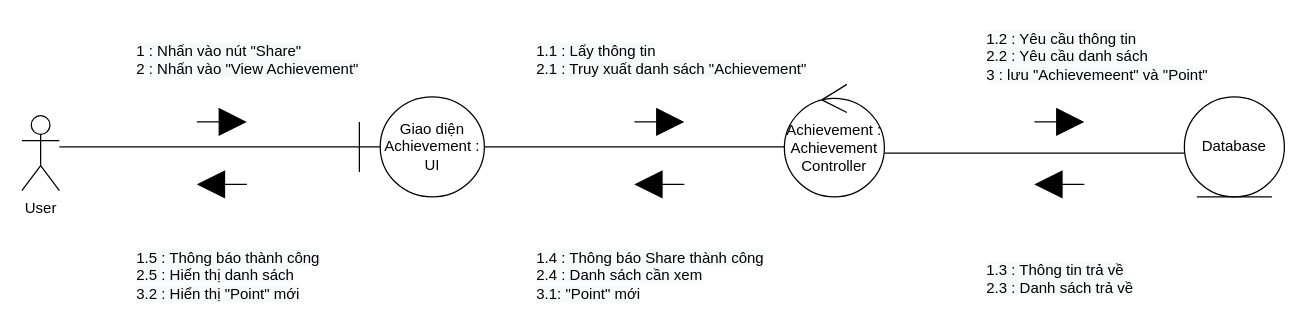
Above: ToDoApp-Doc/Document/Diagram/Collaboration Diagram/Achievement/Achievement_CollaborationDiagram.drawio in Merevoli-DatLuu/To-Do-App (draw.io), before the change. Source tidied: cells renumbered, new cells numbered last; positions are measured from the earlier drawing's top-left corner, leaving out a move shared by most shapes. Both pictures are drawn from the tidied source at 125%, with x=0, y=0 at pixel (21, 21).
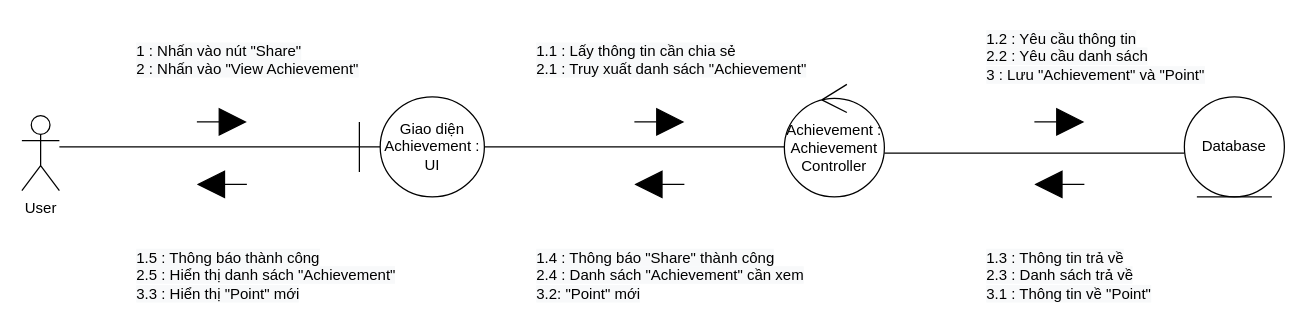
The same diagram, later.

Commit message:
[Modified] : Achievement_CollaborationDiagram

The edit, as a diff of the source:
```diff
@@
-    <mxCell id="17" value="&lt;span style=&quot;color: rgb(0 , 0 , 0) ; font-family: &amp;#34;helvetica&amp;#34; ; font-size: 12px ; font-style: normal ; font-weight: 400 ; letter-spacing: normal ; text-indent: 0px ; text-transform: none ; word-spacing: 0px ; background-color: rgb(248 , 249 , 250) ; display: inline ; float: none&quot;&gt;1.1 : Lấy thông tin&lt;br&gt;&lt;span style=&quot;font-family: &amp;#34;helvetica&amp;#34;&quot;&gt;2.1 : Truy xuất danh sách &quot;Achievement&quot;&lt;/span&gt;&lt;br&gt;&lt;/span&gt;" style="text;whiteSpace=wrap;html=1;" parent="1" vertex="1">
+    <mxCell id="17" value="&lt;span style=&quot;color: rgb(0 , 0 , 0) ; font-family: &amp;#34;helvetica&amp;#34; ; font-size: 12px ; font-style: normal ; font-weight: 400 ; letter-spacing: normal ; text-indent: 0px ; text-transform: none ; word-spacing: 0px ; background-color: rgb(248 , 249 , 250) ; display: inline ; float: none&quot;&gt;1.1 : Lấy thông tin cần chia sẻ&lt;br&gt;&lt;span style=&quot;font-family: &amp;#34;helvetica&amp;#34;&quot;&gt;2.1 : Truy xuất danh sách &quot;Achievement&quot;&lt;/span&gt;&lt;br&gt;&lt;/span&gt;" style="text;whiteSpace=wrap;html=1;" parent="1" vertex="1">
       <mxGeometry x="410" y="10" width="220" height="30" as="geometry" />
     </mxCell>
-    <mxCell id="18" value="&lt;span style=&quot;color: rgb(0 , 0 , 0) ; font-family: &amp;#34;helvetica&amp;#34; ; font-size: 12px ; font-style: normal ; font-weight: 400 ; letter-spacing: normal ; text-indent: 0px ; text-transform: none ; word-spacing: 0px ; background-color: rgb(248 , 249 , 250) ; display: inline ; float: none&quot;&gt;1.2 : Yêu cầu thông tin&lt;br&gt;&lt;span style=&quot;font-family: &amp;#34;helvetica&amp;#34;&quot;&gt;2.2 : Yêu cầu danh sách&lt;br&gt;&lt;/span&gt;&lt;span style=&quot;font-family: &amp;#34;helvetica&amp;#34;&quot;&gt;3 : lưu &quot;Achievemeent&quot; và &quot;Point&quot;&lt;/span&gt;&lt;br&gt;&lt;/span&gt;" style="text;whiteSpace=wrap;html=1;" parent="1" vertex="1">
-      <mxGeometry x="770" width="180" height="50" as="geometry" />
+    <mxCell id="18" value="&lt;span style=&quot;color: rgb(0 , 0 , 0) ; font-family: &amp;#34;helvetica&amp;#34; ; font-size: 12px ; font-style: normal ; font-weight: 400 ; letter-spacing: normal ; text-indent: 0px ; text-transform: none ; word-spacing: 0px ; background-color: rgb(248 , 249 , 250) ; display: inline ; float: none&quot;&gt;1.2 : Yêu cầu thông tin&lt;br&gt;&lt;span style=&quot;font-family: &amp;#34;helvetica&amp;#34;&quot;&gt;2.2 : Yêu cầu danh sách&lt;br&gt;&lt;/span&gt;&lt;span style=&quot;font-family: &amp;#34;helvetica&amp;#34;&quot;&gt;3 : Lưu &quot;Achievement&quot; và &quot;Point&quot;&lt;/span&gt;&lt;br&gt;&lt;/span&gt;" style="text;whiteSpace=wrap;html=1;" parent="1" vertex="1">
+      <mxGeometry x="770" width="190" height="50" as="geometry" />
     </mxCell>
-    <mxCell id="19" value="&lt;span style=&quot;color: rgb(0 , 0 , 0) ; font-family: &amp;#34;helvetica&amp;#34; ; font-size: 12px ; font-style: normal ; font-weight: 400 ; letter-spacing: normal ; text-indent: 0px ; text-transform: none ; word-spacing: 0px ; background-color: rgb(248 , 249 , 250) ; display: inline ; float: none&quot;&gt;1.3 : Thông tin trả về&lt;br&gt;&lt;span style=&quot;font-family: &amp;#34;helvetica&amp;#34;&quot;&gt;2.3 : Danh sách trả về&lt;/span&gt;&lt;br&gt;&lt;/span&gt;" style="text;whiteSpace=wrap;html=1;" parent="1" vertex="1">
-      <mxGeometry x="770" y="185" width="140" height="30" as="geometry" />
+    <mxCell id="19" value="&lt;span style=&quot;color: rgb(0 , 0 , 0) ; font-family: &amp;#34;helvetica&amp;#34; ; font-size: 12px ; font-style: normal ; font-weight: 400 ; letter-spacing: normal ; text-indent: 0px ; text-transform: none ; word-spacing: 0px ; background-color: rgb(248 , 249 , 250) ; display: inline ; float: none&quot;&gt;1.3 : Thông tin trả về&lt;br&gt;&lt;span style=&quot;font-family: &amp;#34;helvetica&amp;#34;&quot;&gt;2.3 : Danh sách trả về&lt;br&gt;&lt;/span&gt;3.1 : Thông tin về &quot;Point&quot;&lt;br&gt;&lt;/span&gt;" style="text;whiteSpace=wrap;html=1;" parent="1" vertex="1">
+      <mxGeometry x="770" y="175" width="140" height="45" as="geometry" />
     </mxCell>
-    <mxCell id="20" value="&lt;span style=&quot;color: rgb(0 , 0 , 0) ; font-family: &amp;#34;helvetica&amp;#34; ; font-size: 12px ; font-style: normal ; font-weight: 400 ; letter-spacing: normal ; text-indent: 0px ; text-transform: none ; word-spacing: 0px ; background-color: rgb(248 , 249 , 250) ; display: inline ; float: none&quot;&gt;1.4 : Thông báo Share thành công&lt;br&gt;&lt;span&gt;2.4 : Danh sách cần xem&lt;br&gt;&lt;/span&gt;&lt;span style=&quot;font-family: &amp;#34;helvetica&amp;#34;&quot;&gt;3.1: &quot;Point&quot; mới&lt;/span&gt;&lt;br&gt;&lt;/span&gt;" style="text;whiteSpace=wrap;html=1;" parent="1" vertex="1">
-      <mxGeometry x="410" y="175" width="190" height="50" as="geometry" />
+    <mxCell id="20" value="&lt;span style=&quot;color: rgb(0 , 0 , 0) ; font-family: &amp;#34;helvetica&amp;#34; ; font-size: 12px ; font-style: normal ; font-weight: 400 ; letter-spacing: normal ; text-indent: 0px ; text-transform: none ; word-spacing: 0px ; background-color: rgb(248 , 249 , 250) ; display: inline ; float: none&quot;&gt;1.4 : Thông báo &quot;Share&quot; thành công&lt;br&gt;&lt;span&gt;2.4 : Danh sách &quot;Achievement&quot; cần xem&lt;br&gt;&lt;/span&gt;&lt;span style=&quot;font-family: &amp;#34;helvetica&amp;#34;&quot;&gt;3.2: &quot;Point&quot; mới&lt;/span&gt;&lt;br&gt;&lt;/span&gt;" style="text;whiteSpace=wrap;html=1;" parent="1" vertex="1">
+      <mxGeometry x="410" y="175" width="220" height="45" as="geometry" />
     </mxCell>
-    <mxCell id="21" value="&lt;span style=&quot;color: rgb(0 , 0 , 0) ; font-family: &amp;#34;helvetica&amp;#34; ; font-size: 12px ; font-style: normal ; font-weight: 400 ; letter-spacing: normal ; text-indent: 0px ; text-transform: none ; word-spacing: 0px ; background-color: rgb(248 , 249 , 250) ; display: inline ; float: none&quot;&gt;1.5 : Thông báo thành công&lt;br&gt;2.5 : Hiển thị danh sách&lt;br&gt;&lt;span style=&quot;font-family: &amp;#34;helvetica&amp;#34;&quot;&gt;3.2 : Hiển thị &quot;Point&quot; mới&lt;/span&gt;&lt;br&gt;&lt;/span&gt;" style="text;whiteSpace=wrap;html=1;" parent="1" vertex="1">
-      <mxGeometry x="90" y="175" width="150" height="50" as="geometry" />
+    <mxCell id="21" value="&lt;span style=&quot;color: rgb(0 , 0 , 0) ; font-family: &amp;#34;helvetica&amp;#34; ; font-size: 12px ; font-style: normal ; font-weight: 400 ; letter-spacing: normal ; text-indent: 0px ; text-transform: none ; word-spacing: 0px ; background-color: rgb(248 , 249 , 250) ; display: inline ; float: none&quot;&gt;1.5 : Thông báo thành công&lt;br&gt;2.5 : Hiển thị danh sách &quot;Achievement&quot;&lt;br&gt;&lt;span style=&quot;font-family: &amp;#34;helvetica&amp;#34;&quot;&gt;3.3 : Hiển thị &quot;Point&quot; mới&lt;/span&gt;&lt;br&gt;&lt;/span&gt;" style="text;whiteSpace=wrap;html=1;" parent="1" vertex="1">
+      <mxGeometry x="90" y="175" width="210" height="50" as="geometry" />
     </mxCell>
```
